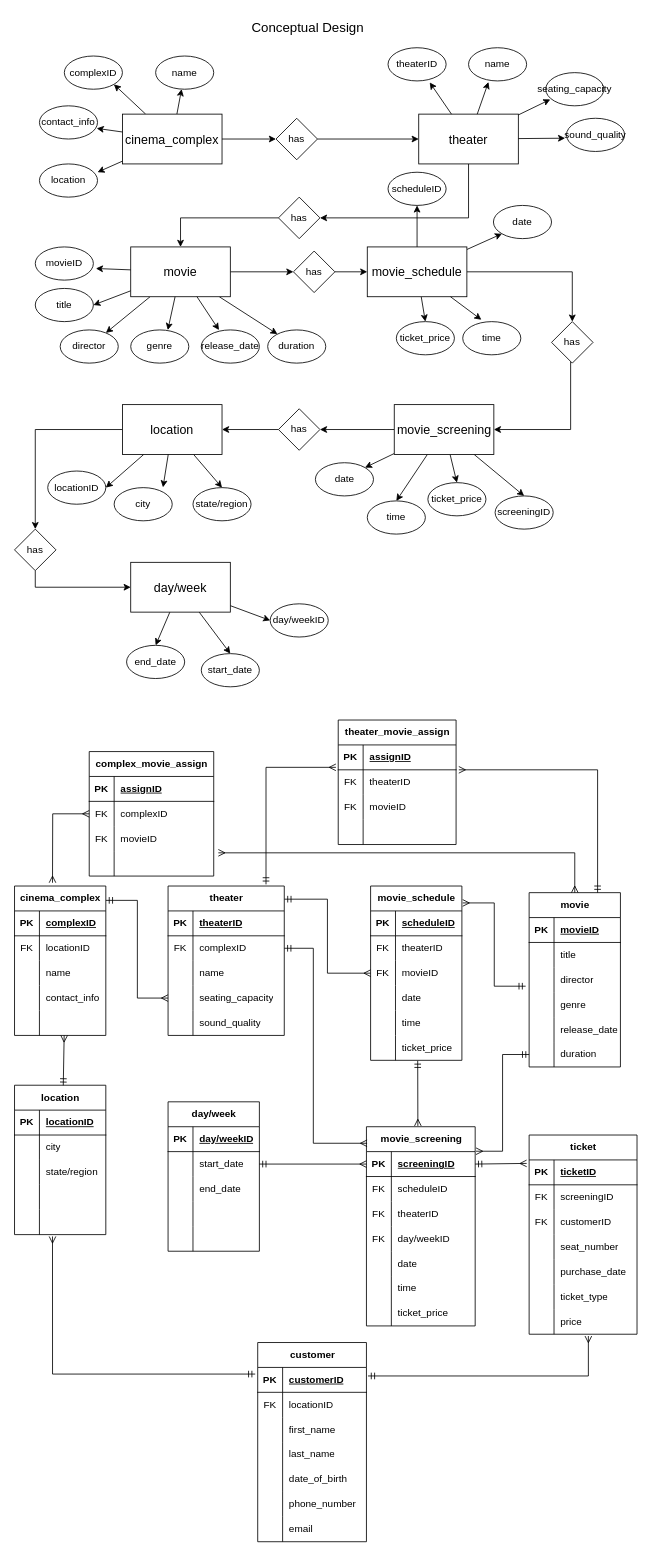
This is eye_candy_cinemas_casestudy.drawio from julieeesy/data_modelling_workshop, a draw.io file, before an edit. Source tidied: cells renumbered, new cells numbered last; positions are measured from the earlier drawing's top-left corner, leaving out a move shared by most shapes. Both pictures are drawn from the tidied source at 83%, with x=0, y=0 at pixel (14, 14).
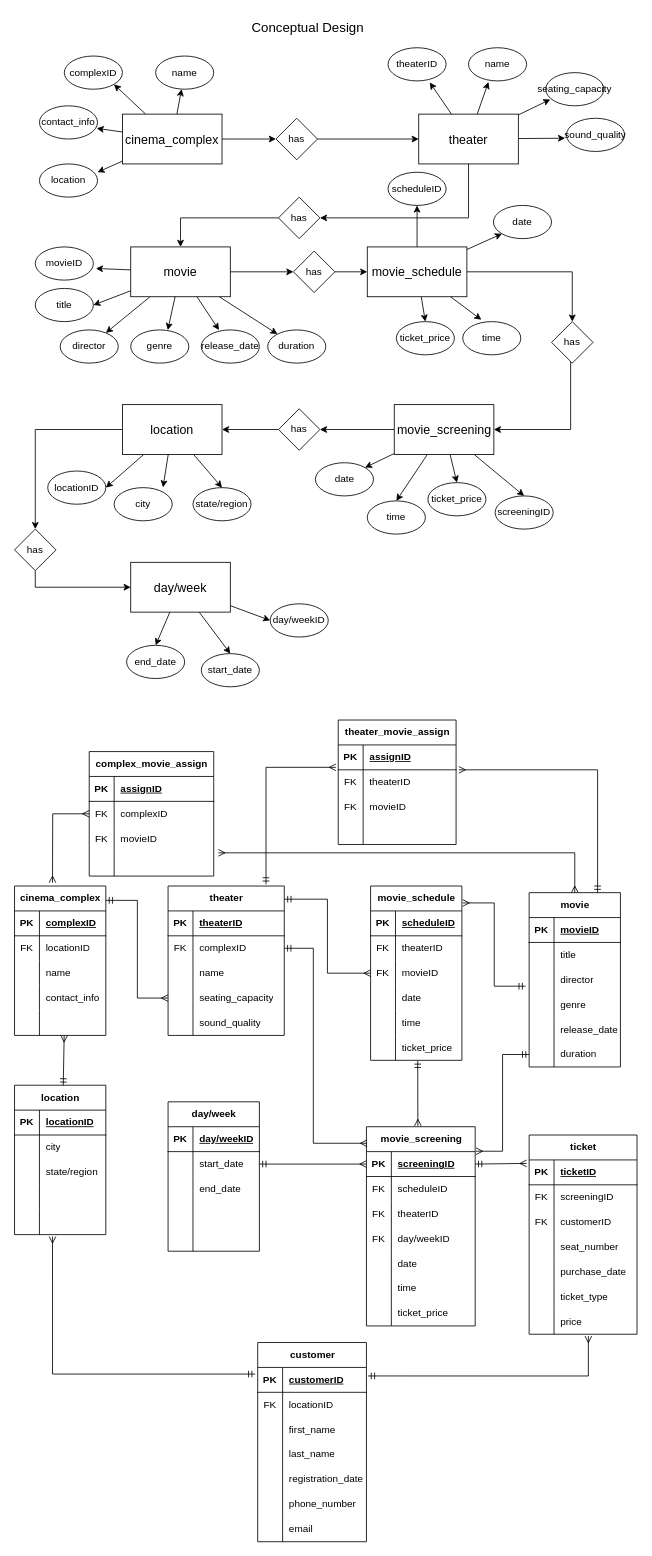
The same diagram, later.

Unchanged cells that the change refers to:
```xml
<mxCell id="270" style="shape=tableRow;horizontal=0;startSize=0;swimlaneHead=0;swimlaneBody=0;fillColor=none;top=0;left=0;right=0;bottom=0;" parent="257" vertex="1">
  <mxGeometry y="150" width="131" height="30" as="geometry" />
</mxCell>
```

What changed in the source:
```diff
@@
-    <mxCell id="272" value="date_of_birth" style="shape=partialRectangle;fillColor=none;top=0;left=0;bottom=0;right=0;align=left;spacingLeft=6;overflow=hidden;whiteSpace=wrap;html=1;" parent="270" vertex="1">
+    <mxCell id="272" value="registration_date" style="shape=partialRectangle;fillColor=none;top=0;left=0;bottom=0;right=0;align=left;spacingLeft=6;overflow=hidden;whiteSpace=wrap;html=1;" parent="270" vertex="1">
       <mxGeometry x="30" width="101" height="30" as="geometry" />
     </mxCell>
```
